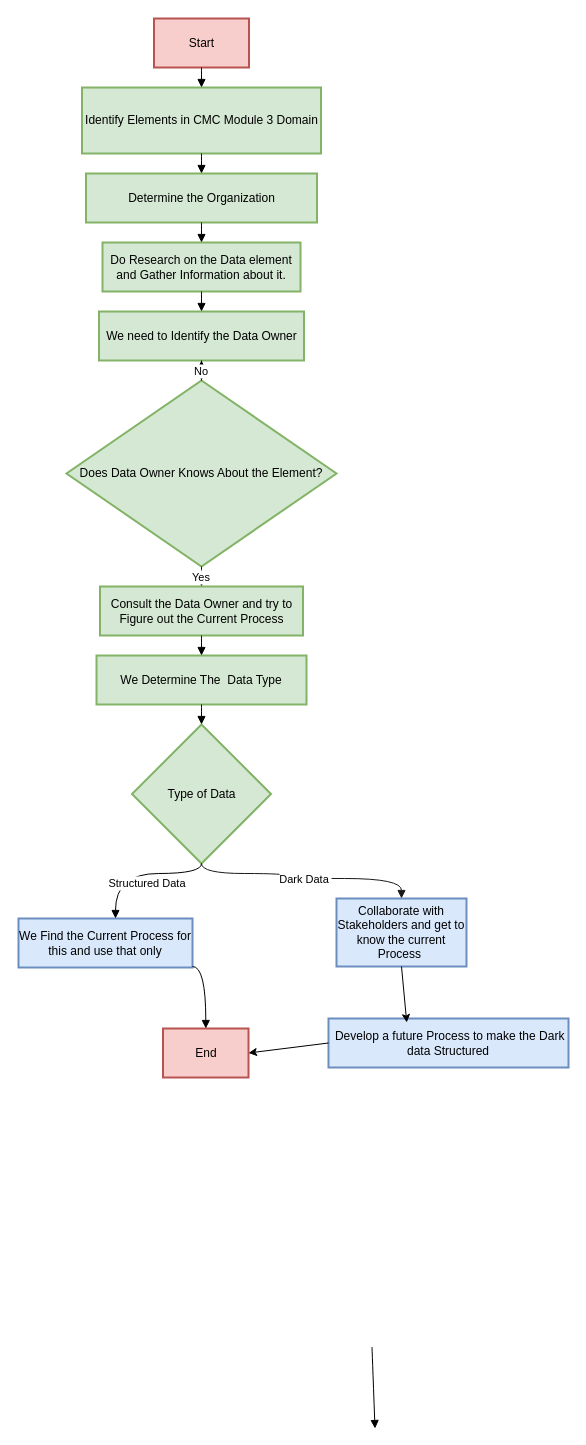
Earlier version of the draw.io diagram a1.drawio (pavanaj007/pavanaj0071). Source tidied: cells renumbered, new cells numbered last; positions are measured from the earlier drawing's top-left corner, leaving out a move shared by most shapes. Both pictures are drawn from the tidied source at 100%, with x=0, y=0 at pixel (18, 18).
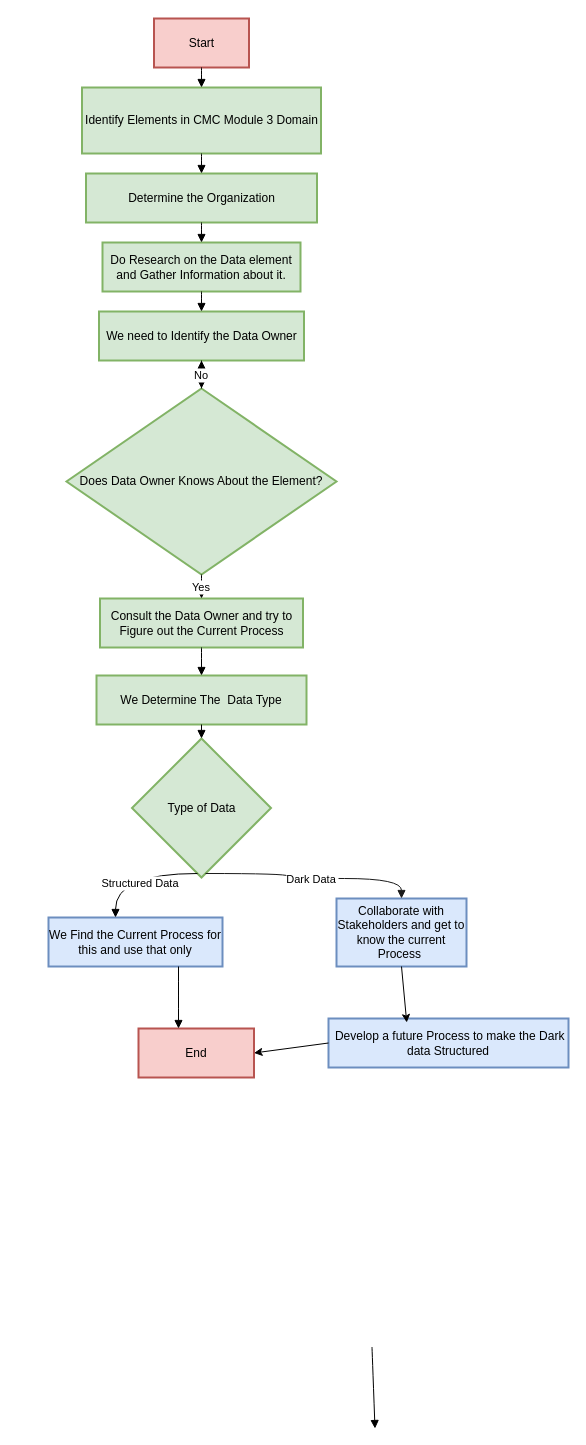
After the change.

Change to the diagram source:
```diff
@@
+    <mxCell id="30" style="edgeStyle=orthogonalEdgeStyle;rounded=0;jettySize=auto;html=1;" parent="1" edge="1" source="7">
+      <mxGeometry relative="1" as="geometry">
+        <mxPoint x="183" y="360" as="targetPoint" />
+      </mxGeometry>
+    </mxCell>
     <mxCell id="7" value="Does Data Owner Knows About the Element?" style="rhombus;strokeWidth=2;whiteSpace=wrap;fillColor=#d5e8d4;strokeColor=#82b366;" parent="1" vertex="1">
-      <mxGeometry x="48" y="362" width="270" height="186" as="geometry" />
+      <mxGeometry x="48" y="370" width="270" height="186" as="geometry" />
     </mxCell>
     <mxCell id="8" value="Consult the Data Owner and try to&#10;Figure out the Current Process" style="whiteSpace=wrap;strokeWidth=2;fillColor=#d5e8d4;strokeColor=#82b366;" parent="1" vertex="1">
-      <mxGeometry x="81.5" y="568" width="203" height="49" as="geometry" />
+      <mxGeometry x="81.5" y="580" width="203" height="49" as="geometry" />
     </mxCell>
     <mxCell id="9" value="We Determine The  Data Type" style="whiteSpace=wrap;strokeWidth=2;fillColor=#d5e8d4;strokeColor=#82b366;" parent="1" vertex="1">
-      <mxGeometry x="78" y="637" width="210" height="49" as="geometry" />
+      <mxGeometry x="78" y="657" width="210" height="49" as="geometry" />
     </mxCell>
     <mxCell id="10" value="Type of Data" style="rhombus;strokeWidth=2;whiteSpace=wrap;fillColor=#d5e8d4;strokeColor=#82b366;" parent="1" vertex="1">
-      <mxGeometry x="113.5" y="706" width="139" height="139" as="geometry" />
+      <mxGeometry x="113.5" y="720" width="139" height="139" as="geometry" />
     </mxCell>
     <mxCell id="11" value="We Find the Current Process for this and use that only" style="whiteSpace=wrap;strokeWidth=2;fillColor=#dae8fc;strokeColor=#6c8ebf;" parent="1" vertex="1">
-      <mxGeometry y="900" width="174" height="49" as="geometry" />
+      <mxGeometry x="30" y="899" width="174" height="49" as="geometry" />
     </mxCell>
@@
     <mxCell id="14" value="End" style="whiteSpace=wrap;strokeWidth=2;fillColor=#f8cecc;strokeColor=#b85450;" parent="1" vertex="1">
-      <mxGeometry x="144.5" y="1010" width="85.5" height="49" as="geometry" />
+      <mxGeometry x="120" y="1010" width="115.5" height="49" as="geometry" />
     </mxCell>
@@
     <mxCell id="27" style="curved=1;startArrow=none;endArrow=block;rounded=0;exitDx=0;exitDy=0;edgeStyle=orthogonalEdgeStyle;" parent="1" edge="1" source="11" target="14">
       <mxGeometry relative="1" as="geometry">
         <Array as="points">
-          <mxPoint x="97" y="909" />
-          <mxPoint x="97" y="948" />
+          <mxPoint x="160" y="980" />
+          <mxPoint x="160" y="980" />
         </Array>
       </mxGeometry>
     </mxCell>
```
